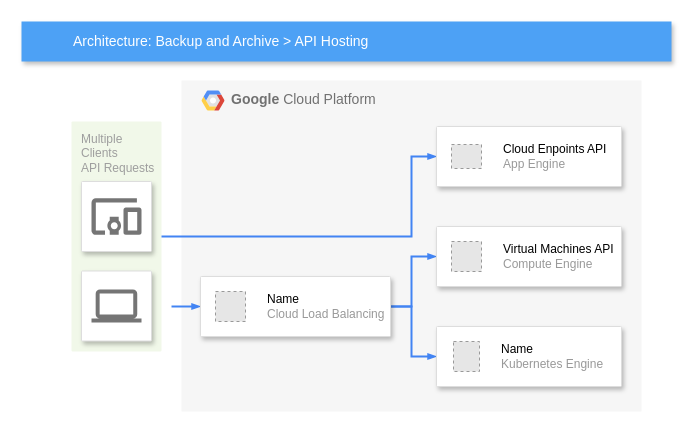
The draw.io diagram docs/架构图.drawio in yuanshuai1122/rise, before the edit. Source tidied: cells renumbered, new cells numbered last; positions are measured from the earlier drawing's top-left corner, leaving out a move shared by most shapes. Both pictures are drawn from the tidied source at 100%, with x=0, y=0 at pixel (21, 21). Pictures stored in the file or linked from it are replaced by grey dashed boxes.
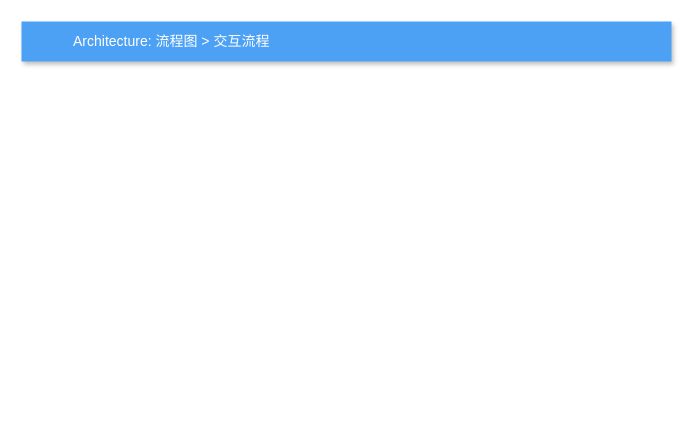
After the change.

Diff of the diagram source:
```diff
@@
-    <mxCell id="2" value="&lt;b&gt;Google &lt;/b&gt;Cloud Platform" style="fillColor=#F6F6F6;strokeColor=none;shadow=0;gradientColor=none;fontSize=14;align=left;spacing=10;fontColor=#717171;9E9E9E;verticalAlign=top;spacingTop=-4;fontStyle=0;spacingLeft=40;html=1;" parent="1" vertex="1">
-      <mxGeometry x="160" y="59" width="460" height="331" as="geometry" />
-    </mxCell>
-    <mxCell id="3" style="shape=mxgraph.gcp2.google_cloud_platform;fillColor=#F6F6F6;strokeColor=none;shadow=0;gradientColor=none;" parent="2" vertex="1">
-      <mxGeometry width="23" height="20" relative="1" as="geometry">
-        <mxPoint x="20" y="10" as="offset" />
-      </mxGeometry>
-    </mxCell>
-    <mxCell id="4" value="Multiple&lt;br&gt;Clients&lt;br&gt;API Requests&lt;br&gt;" style="rounded=1;absoluteArcSize=1;arcSize=2;html=1;strokeColor=none;gradientColor=none;shadow=0;dashed=0;fontSize=12;fontColor=#9E9E9E;align=left;verticalAlign=top;spacing=10;spacingTop=-4;fillColor=#F1F8E9;" parent="1" vertex="1">
-      <mxGeometry x="50" y="100" width="90" height="230" as="geometry" />
-    </mxCell>
-    <mxCell id="5" value="Architecture: Backup and Archive &amp;gt; API Hosting" style="fillColor=#4DA1F5;strokeColor=none;shadow=1;gradientColor=none;fontSize=14;align=left;spacingLeft=50;fontColor=#ffffff;html=1;" parent="1" vertex="1">
+    <mxCell id="5" value="Architecture: 流程图 &amp;gt; 交互流程" style="fillColor=#4DA1F5;strokeColor=none;shadow=1;gradientColor=none;fontSize=14;align=left;spacingLeft=50;fontColor=#ffffff;html=1;" parent="1" vertex="1">
       <mxGeometry width="650" height="40" as="geometry" />
     </mxCell>
-    <mxCell id="6" style="edgeStyle=orthogonalEdgeStyle;rounded=0;elbow=vertical;html=1;labelBackgroundColor=none;startFill=1;startSize=4;endArrow=blockThin;endFill=1;endSize=4;jettySize=auto;strokeColor=#4284F3;strokeWidth=2;fontSize=12;fontColor=#000000;align=left;dashed=0;" parent="1" edge="1" source="4" target="16">
-      <mxGeometry relative="1" as="geometry">
-        <Array as="points">
-          <mxPoint x="390" y="215" />
-          <mxPoint x="390" y="135" />
-        </Array>
-      </mxGeometry>
-    </mxCell>
-    <mxCell id="7" style="strokeColor=#dddddd;fillColor=#ffffff;shadow=1;strokeWidth=1;rounded=1;absoluteArcSize=1;arcSize=2;labelPosition=center;verticalLabelPosition=middle;align=center;verticalAlign=bottom;spacingLeft=0;fontColor=#999999;fontSize=12;whiteSpace=wrap;spacingBottom=2;html=1;" parent="1" vertex="1">
-      <mxGeometry x="60" y="160" width="70" height="70" as="geometry" />
-    </mxCell>
-    <mxCell id="8" style="dashed=0;html=1;fillColor=#757575;strokeColor=none;shape=mxgraph.gcp2.mobile_devices;" parent="7" vertex="1">
-      <mxGeometry x="0.5" width="50" height="36.5" relative="1" as="geometry">
-        <mxPoint x="-25" y="16.8" as="offset" />
-      </mxGeometry>
-    </mxCell>
-    <mxCell id="9" style="edgeStyle=elbowEdgeStyle;rounded=0;elbow=vertical;html=1;labelBackgroundColor=none;startFill=1;startSize=4;endArrow=blockThin;endFill=1;endSize=4;jettySize=auto;strokeColor=#4284F3;strokeWidth=2;fontSize=12;fontColor=#000000;align=left;dashed=0;" parent="1" edge="1" target="20">
-      <mxGeometry relative="1" as="geometry">
-        <mxPoint x="150" y="285" as="sourcePoint" />
-      </mxGeometry>
-    </mxCell>
-    <mxCell id="10" style="strokeColor=#dddddd;fillColor=#ffffff;shadow=1;strokeWidth=1;rounded=1;absoluteArcSize=1;arcSize=2;labelPosition=center;verticalLabelPosition=middle;align=center;verticalAlign=bottom;spacingLeft=0;fontColor=#999999;fontSize=12;whiteSpace=wrap;spacingBottom=2;html=1;" parent="1" vertex="1">
-      <mxGeometry x="60" y="249.5" width="70" height="70" as="geometry" />
-    </mxCell>
-    <mxCell id="11" style="dashed=0;html=1;fillColor=#757575;strokeColor=none;shape=mxgraph.gcp2.laptop;" parent="10" vertex="1">
-      <mxGeometry x="0.5" width="50" height="33" relative="1" as="geometry">
-        <mxPoint x="-25" y="18.5" as="offset" />
-      </mxGeometry>
-    </mxCell>
-    <mxCell id="12" style="edgeStyle=orthogonalEdgeStyle;rounded=0;elbow=vertical;html=1;labelBackgroundColor=none;startFill=1;startSize=4;endArrow=blockThin;endFill=1;endSize=4;jettySize=auto;strokeColor=#4284F3;strokeWidth=2;fontSize=12;fontColor=#000000;align=left;dashed=0;" parent="1" edge="1" source="20" target="14">
-      <mxGeometry relative="1" as="geometry">
-        <Array as="points">
-          <mxPoint x="390" y="285" />
-          <mxPoint x="390" y="235" />
-        </Array>
-      </mxGeometry>
-    </mxCell>
-    <mxCell id="13" style="edgeStyle=orthogonalEdgeStyle;rounded=0;elbow=vertical;html=1;labelBackgroundColor=none;startFill=1;startSize=4;endArrow=blockThin;endFill=1;endSize=4;jettySize=auto;strokeColor=#4284F3;strokeWidth=2;fontSize=12;fontColor=#000000;align=left;dashed=0;" parent="1" edge="1" source="20" target="18">
-      <mxGeometry relative="1" as="geometry">
-        <Array as="points">
-          <mxPoint x="390" y="285" />
-          <mxPoint x="390" y="335" />
-        </Array>
-      </mxGeometry>
-    </mxCell>
-    <mxCell id="14" style="strokeColor=#dddddd;shadow=1;strokeWidth=1;rounded=1;absoluteArcSize=1;arcSize=2;" parent="1" vertex="1">
-      <mxGeometry x="415" y="205" width="185" height="60" as="geometry" />
-    </mxCell>
-    <mxCell id="15" value="&lt;font color=&quot;#000000&quot;&gt;Virtual Machines API&lt;/font&gt;&lt;br&gt;Compute Engine" style="fillColor=#E6E6E6;strokeColor=#999999;dashed=1;html=1;fontColor=#999999;verticalLabelPosition=middle;verticalAlign=middle;labelPosition=right;align=left;spacingLeft=20;" parent="14" vertex="1">
-      <mxGeometry width="30" height="30" relative="1" as="geometry">
-        <mxPoint x="15" y="15" as="offset" />
-      </mxGeometry>
-    </mxCell>
-    <mxCell id="16" style="strokeColor=#dddddd;shadow=1;strokeWidth=1;rounded=1;absoluteArcSize=1;arcSize=2;" parent="1" vertex="1">
-      <mxGeometry x="415" y="105" width="185" height="60" as="geometry" />
-    </mxCell>
-    <mxCell id="17" value="&lt;font color=&quot;#000000&quot;&gt;Cloud Enpoints API&lt;/font&gt;&lt;br&gt;App Engine" style="fillColor=#E6E6E6;strokeColor=#999999;dashed=1;html=1;fontColor=#999999;verticalLabelPosition=middle;verticalAlign=middle;labelPosition=right;align=left;spacingLeft=20;" parent="16" vertex="1">
-      <mxGeometry width="30" height="24" relative="1" as="geometry">
-        <mxPoint x="15" y="18" as="offset" />
-      </mxGeometry>
-    </mxCell>
-    <mxCell id="18" style="strokeColor=#dddddd;shadow=1;strokeWidth=1;rounded=1;absoluteArcSize=1;arcSize=2;" parent="1" vertex="1">
-      <mxGeometry x="415" y="305" width="185" height="60" as="geometry" />
-    </mxCell>
-    <mxCell id="19" value="&lt;font color=&quot;#000000&quot;&gt;Name&lt;/font&gt;&lt;br&gt;Kubernetes Engine" style="fillColor=#E6E6E6;strokeColor=#999999;dashed=1;html=1;fontColor=#999999;verticalLabelPosition=middle;verticalAlign=middle;labelPosition=right;align=left;spacingLeft=20;" parent="18" vertex="1">
-      <mxGeometry width="26" height="30" relative="1" as="geometry">
-        <mxPoint x="17" y="15" as="offset" />
-      </mxGeometry>
-    </mxCell>
-    <mxCell id="20" style="strokeColor=#dddddd;shadow=1;strokeWidth=1;rounded=1;absoluteArcSize=1;arcSize=2;" parent="1" vertex="1">
-      <mxGeometry x="179" y="255" width="190" height="60" as="geometry" />
-    </mxCell>
-    <mxCell id="21" value="&lt;font color=&quot;#000000&quot;&gt;Name&lt;/font&gt;&lt;br&gt;Cloud Load Balancing" style="fillColor=#E6E6E6;strokeColor=#999999;dashed=1;html=1;fontColor=#999999;verticalLabelPosition=middle;verticalAlign=middle;labelPosition=right;align=left;spacingLeft=20;" parent="20" vertex="1">
-      <mxGeometry width="30" height="30" relative="1" as="geometry">
-        <mxPoint x="15" y="15" as="offset" />
-      </mxGeometry>
-    </mxCell>
```
